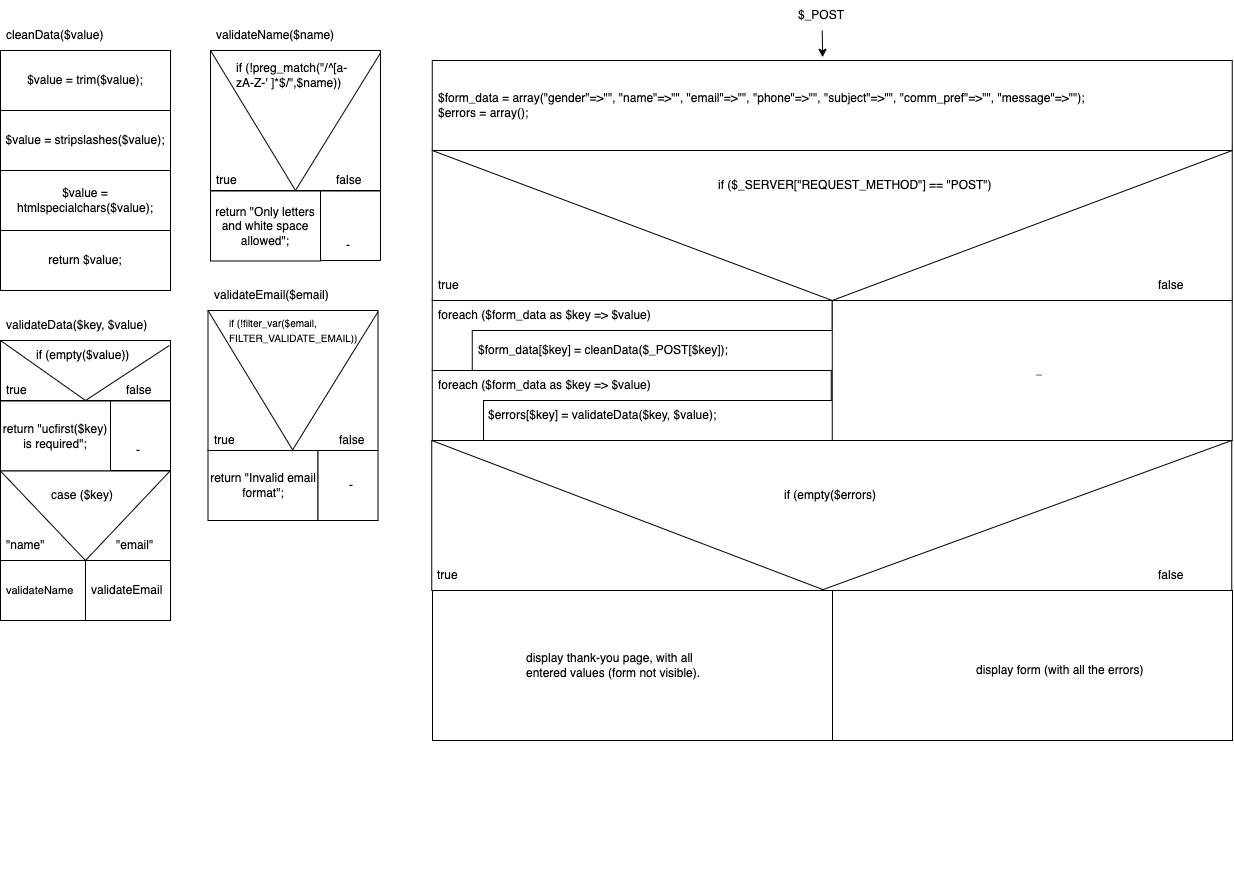
Earlier version of the draw.io export Diagrams/form_psd.drawio.png (JeroenHeemskerk/educom-webshop-basis-1688463739). Source tidied: cells renumbered, new cells last; positions are measured from the earlier drawing's top-left corner, leaving out a move shared by most shapes.
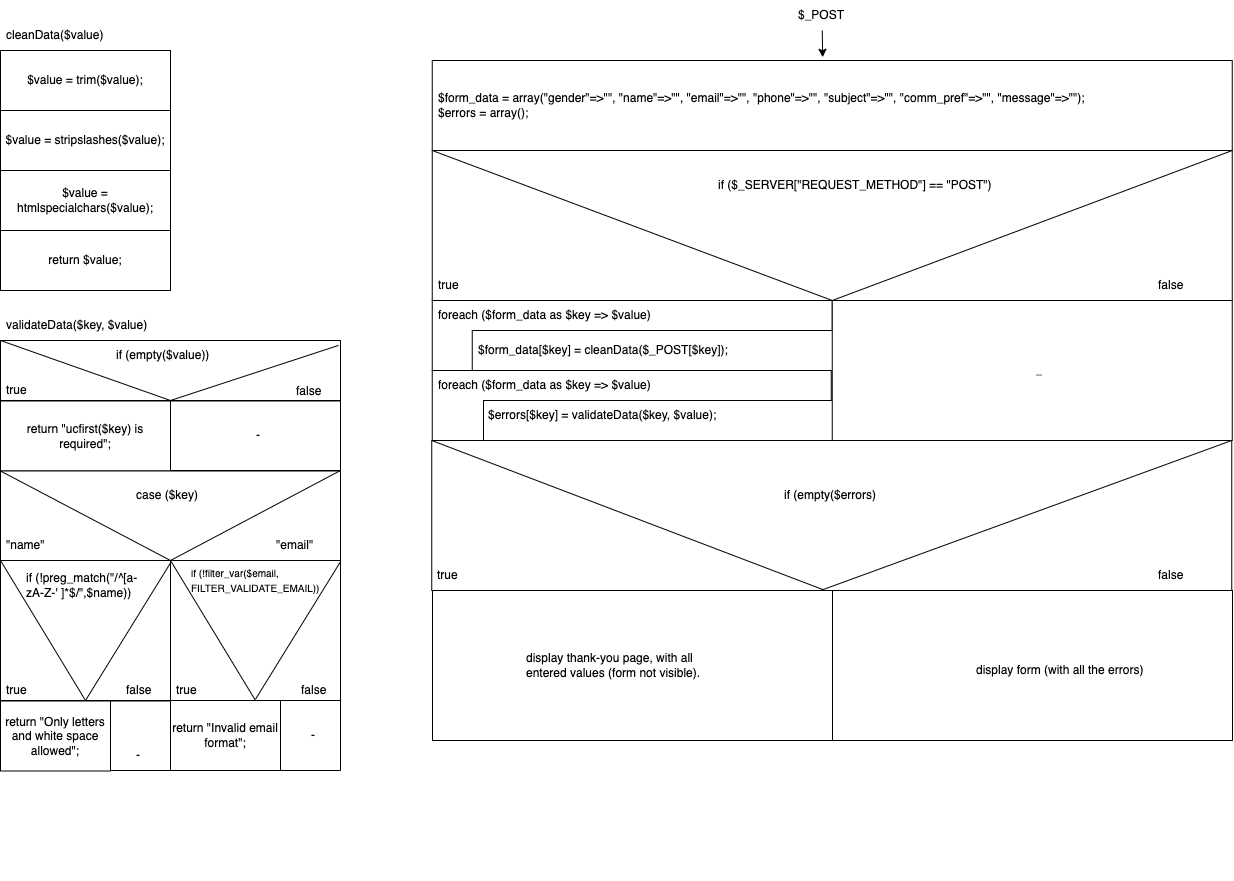
After the commit.

Commit message:
Integrated all data validation into validateData function. (#4)

What changed in the source:
```diff
@@ -48,67 +48,52 @@
       <mxGeometry y="20" width="210" height="30" as="geometry" />
     </mxCell>
     <mxCell id="17" style="rounded=0;whiteSpace=wrap;html=1;fontColor=#000000;" parent="15" vertex="1">
-      <mxGeometry y="50" width="170" height="60" as="geometry" />
+      <mxGeometry y="50" width="340" height="60" as="geometry" />
     </mxCell>
     <mxCell id="18" style="endArrow=none;html=1;entryX=0.994;entryY=0.082;entryDx=0;entryDy=0;entryPerimeter=0;exitX=0.5;exitY=1;exitDx=0;exitDy=0;fontColor=#000000;" parent="15" edge="1" source="17" target="17">
       <mxGeometry relative="1" as="geometry" />
     </mxCell>
     <mxCell id="19" value="if&amp;nbsp;&lt;span style=&quot;text-align: center;&quot;&gt;(empty($value))&lt;/span&gt;" style="text;strokeColor=none;fillColor=none;align=left;verticalAlign=middle;spacingLeft=4;spacingRight=4;overflow=hidden;whiteSpace=wrap;html=1;fontColor=#000000;" parent="15" vertex="1">
-      <mxGeometry x="30" y="50" width="110" height="30" as="geometry" />
+      <mxGeometry x="110" y="50" width="110" height="30" as="geometry" />
     </mxCell>
     <mxCell id="20" value="true" style="text;strokeColor=none;fillColor=none;align=left;verticalAlign=middle;spacingLeft=4;spacingRight=4;overflow=hidden;whiteSpace=wrap;html=1;fontColor=#000000;" parent="15" vertex="1">
       <mxGeometry y="90" width="70" height="20" as="geometry" />
     </mxCell>
     <mxCell id="21" value="false" style="text;strokeColor=none;fillColor=none;align=left;verticalAlign=middle;spacingLeft=4;spacingRight=4;overflow=hidden;whiteSpace=wrap;html=1;fontColor=#000000;" parent="15" vertex="1">
-      <mxGeometry x="120" y="90" width="50" height="20" as="geometry" />
+      <mxGeometry x="290" y="90.5" width="50" height="20" as="geometry" />
     </mxCell>
     <mxCell id="22" value="&lt;span style=&quot;text-align: left;&quot;&gt;&lt;font&gt;return &quot;ucfirst($key) is required&quot;;&lt;/font&gt;&lt;/span&gt;" style="rounded=0;whiteSpace=wrap;html=1;fontColor=#000000;" parent="15" vertex="1">
-      <mxGeometry y="110.5" width="110" height="70" as="geometry" />
+      <mxGeometry y="110.5" width="170" height="70" as="geometry" />
     </mxCell>
     <mxCell id="23" style="rounded=0;whiteSpace=wrap;html=1;fontColor=#000000;direction=south;" parent="15" vertex="1">
-      <mxGeometry x="110" y="110.5" width="60" height="69.5" as="geometry" />
+      <mxGeometry x="170" y="110.5" width="170" height="69.5" as="geometry" />
     </mxCell>
     <mxCell id="24" value="-" style="text;strokeColor=none;fillColor=none;align=left;verticalAlign=middle;spacingLeft=4;spacingRight=4;overflow=hidden;whiteSpace=wrap;html=1;fontColor=#000000;" parent="15" vertex="1">
-      <mxGeometry x="130" y="150" width="30" height="20" as="geometry" />
+      <mxGeometry x="250" y="135.2" width="30" height="20" as="geometry" />
     </mxCell>
-    <mxCell id="25" value="&lt;font&gt;validateEmail($email)&lt;/font&gt;" style="text;strokeColor=none;fillColor=none;align=left;verticalAlign=middle;spacingLeft=4;spacingRight=4;overflow=hidden;whiteSpace=wrap;html=1;fontColor=#000000;" parent="15" vertex="1">
-      <mxGeometry x="207.5" y="-10" width="170" height="30" as="geometry" />
-    </mxCell>
     <mxCell id="26" style="rounded=0;whiteSpace=wrap;html=1;" parent="15" vertex="1">
-      <mxGeometry y="180.5" width="170" height="89.5" as="geometry" />
+      <mxGeometry y="180.5" width="340" height="89.5" as="geometry" />
     </mxCell>
     <mxCell id="27" style="endArrow=none;html=1;entryX=1;entryY=0;entryDx=0;entryDy=0;exitX=0.5;exitY=1;exitDx=0;exitDy=0;" parent="15" edge="1" source="26" target="23">
       <mxGeometry relative="1" as="geometry" />
     </mxCell>
-    <mxCell id="28" style="endArrow=none;html=1;entryX=0;entryY=1;entryDx=0;entryDy=0;exitX=1;exitY=0;exitDx=0;exitDy=0;" parent="15" edge="1" source="31" target="22">
+    <mxCell id="28" style="endArrow=none;html=1;entryX=0;entryY=1;entryDx=0;entryDy=0;exitX=0.5;exitY=1;exitDx=0;exitDy=0;" parent="15" edge="1" source="26" target="22">
       <mxGeometry relative="1" as="geometry" />
     </mxCell>
     <mxCell id="29" value="&quot;name&quot;" style="text;strokeColor=none;fillColor=none;align=left;verticalAlign=middle;spacingLeft=4;spacingRight=4;overflow=hidden;whiteSpace=wrap;html=1;" parent="15" vertex="1">
       <mxGeometry y="240" width="80" height="30" as="geometry" />
     </mxCell>
     <mxCell id="30" value="&quot;email&quot;" style="text;strokeColor=none;fillColor=none;align=left;verticalAlign=middle;spacingLeft=4;spacingRight=4;overflow=hidden;whiteSpace=wrap;html=1;" parent="15" vertex="1">
-      <mxGeometry x="110" y="240" width="60" height="30" as="geometry" />
+      <mxGeometry x="270" y="240" width="60" height="30" as="geometry" />
     </mxCell>
-    <mxCell id="31" style="rounded=0;whiteSpace=wrap;html=1;" parent="15" vertex="1">
-      <mxGeometry y="270" width="85" height="60" as="geometry" />
-    </mxCell>
-    <mxCell id="32" style="rounded=0;whiteSpace=wrap;html=1;" parent="15" vertex="1">
-      <mxGeometry x="85" y="270" width="85" height="60" as="geometry" />
-    </mxCell>
     <mxCell id="33" style="endArrow=none;html=1;entryX=0;entryY=0;entryDx=0;entryDy=0;fontColor=#000000;exitX=0.5;exitY=1;exitDx=0;exitDy=0;" parent="15" edge="1" source="17" target="17">
       <mxGeometry relative="1" as="geometry" />
     </mxCell>
     <mxCell id="34" value="&lt;span style=&quot;text-align: center;&quot;&gt;case ($key)&lt;/span&gt;" style="text;strokeColor=none;fillColor=none;align=left;verticalAlign=middle;spacingLeft=4;spacingRight=4;overflow=hidden;whiteSpace=wrap;html=1;" parent="15" vertex="1">
-      <mxGeometry x="45" y="190" width="80" height="30" as="geometry" />
+      <mxGeometry x="130" y="190" width="80" height="30" as="geometry" />
     </mxCell>
-    <mxCell id="35" value="&lt;span style=&quot;font-size: 11px; text-align: center;&quot;&gt;validateName&lt;/span&gt;" style="text;strokeColor=none;fillColor=none;align=left;verticalAlign=middle;spacingLeft=4;spacingRight=4;overflow=hidden;whiteSpace=wrap;html=1;fontSize=11;" parent="15" vertex="1">
-      <mxGeometry y="270" width="80" height="60" as="geometry" />
-    </mxCell>
-    <mxCell id="36" value="&lt;span style=&quot;text-align: center;&quot;&gt;&lt;font style=&quot;font-size: 12px;&quot;&gt;validateEmail&lt;/font&gt;&lt;/span&gt;" style="text;strokeColor=none;fillColor=none;align=left;verticalAlign=middle;spacingLeft=4;spacingRight=4;overflow=hidden;whiteSpace=wrap;html=1;fontSize=10;" parent="15" vertex="1">
-      <mxGeometry x="85" y="270" width="85" height="60" as="geometry" />
-    </mxCell>
     <mxCell id="37" style="group;" parent="15" vertex="1">
-      <mxGeometry x="207.5" y="10" width="175" height="220" as="geometry" />
+      <mxGeometry x="170" y="260" width="175" height="220" as="geometry" />
     </mxCell>
     <mxCell id="38" style="rounded=0;whiteSpace=wrap;html=1;fontColor=#000000;" parent="37" vertex="1">
       <mxGeometry y="10" width="170" height="140" as="geometry" />
@@ -143,6 +128,37 @@
     <mxCell id="46" value="false" style="text;strokeColor=none;fillColor=none;align=left;verticalAlign=middle;spacingLeft=4;spacingRight=4;overflow=hidden;whiteSpace=wrap;html=1;fontColor=#000000;" parent="37" vertex="1">
       <mxGeometry x="125" y="130" width="50" height="20" as="geometry" />
     </mxCell>
+    <mxCell id="67" style="rounded=0;whiteSpace=wrap;html=1;fontColor=#000000;" parent="15" vertex="1">
+      <mxGeometry y="270" width="170" height="140" as="geometry" />
+    </mxCell>
+    <mxCell id="68" style="endArrow=none;html=1;entryX=0.994;entryY=0.082;entryDx=0;entryDy=0;entryPerimeter=0;exitX=0.5;exitY=1;exitDx=0;exitDy=0;fontColor=#000000;" parent="15" edge="1" source="67">
+      <mxGeometry relative="1" as="geometry">
+        <mxPoint x="170" y="272.5" as="targetPoint" />
+      </mxGeometry>
+    </mxCell>
+    <mxCell id="69" style="endArrow=none;html=1;exitX=0.5;exitY=1;exitDx=0;exitDy=0;fontColor=#000000;" parent="15" edge="1" source="67">
+      <mxGeometry relative="1" as="geometry">
+        <mxPoint y="270" as="targetPoint" />
+      </mxGeometry>
+    </mxCell>
+    <mxCell id="70" value="&lt;span style=&quot;&quot; class=&quot;phpcolor&quot;&gt;&lt;font style=&quot;font-size: 12px;&quot;&gt; &lt;span style=&quot;&quot; class=&quot;phpkeywordcolor&quot;&gt;if&lt;/span&gt; (!preg_match(&lt;span style=&quot;&quot; class=&quot;phpstringcolor&quot;&gt;&quot;/^[a-zA-Z-' ]*$/&quot;&lt;/span&gt;,$name))&lt;/font&gt;&lt;/span&gt;" style="text;strokeColor=none;fillColor=none;align=left;verticalAlign=middle;spacingLeft=4;spacingRight=4;overflow=hidden;whiteSpace=wrap;html=1;fontColor=#000000;" parent="15" vertex="1">
+      <mxGeometry x="20" y="270" width="130" height="50" as="geometry" />
+    </mxCell>
+    <mxCell id="71" value="true" style="text;strokeColor=none;fillColor=none;align=left;verticalAlign=middle;spacingLeft=4;spacingRight=4;overflow=hidden;whiteSpace=wrap;html=1;fontColor=#000000;" parent="15" vertex="1">
+      <mxGeometry y="390" width="70" height="20" as="geometry" />
+    </mxCell>
+    <mxCell id="72" value="false" style="text;strokeColor=none;fillColor=none;align=left;verticalAlign=middle;spacingLeft=4;spacingRight=4;overflow=hidden;whiteSpace=wrap;html=1;fontColor=#000000;" parent="15" vertex="1">
+      <mxGeometry x="120" y="390" width="50" height="20" as="geometry" />
+    </mxCell>
+    <mxCell id="73" value="&lt;span style=&quot;text-align: left;&quot;&gt;&lt;font&gt;return &quot;Only letters and white space allowed&quot;;&lt;/font&gt;&lt;/span&gt;" style="rounded=0;whiteSpace=wrap;html=1;fontColor=#000000;" parent="15" vertex="1">
+      <mxGeometry y="410.5" width="110" height="70" as="geometry" />
+    </mxCell>
+    <mxCell id="74" style="rounded=0;whiteSpace=wrap;html=1;fontColor=#000000;direction=south;" parent="15" vertex="1">
+      <mxGeometry x="110" y="410.5" width="60" height="69.5" as="geometry" />
+    </mxCell>
+    <mxCell id="75" value="-" style="text;strokeColor=none;fillColor=none;align=left;verticalAlign=middle;spacingLeft=4;spacingRight=4;overflow=hidden;whiteSpace=wrap;html=1;fontColor=#000000;" parent="15" vertex="1">
+      <mxGeometry x="130" y="455.2" width="30" height="20" as="geometry" />
+    </mxCell>
     <mxCell id="47" style="rounded=0;whiteSpace=wrap;html=1;fontColor=#000000;" parent="1" vertex="1">
       <mxGeometry x="431.8" y="370" width="399" height="70" as="geometry" />
     </mxCell>
@@ -205,40 +221,6 @@
     <mxCell id="65" value="$_POST" style="text;strokeColor=none;fillColor=none;align=left;verticalAlign=middle;spacingLeft=4;spacingRight=4;overflow=hidden;whiteSpace=wrap;html=1;fontSize=12;fontColor=#000000;" parent="1" vertex="1">
       <mxGeometry x="791.8" width="80" height="30" as="geometry" />
     </mxCell>
-    <mxCell id="66" value="&lt;font&gt;validateName($name)&lt;/font&gt;" style="text;strokeColor=none;fillColor=none;align=left;verticalAlign=middle;spacingLeft=4;spacingRight=4;overflow=hidden;whiteSpace=wrap;html=1;fontColor=#000000;" parent="1" vertex="1">
-      <mxGeometry x="210" y="20" width="200" height="30" as="geometry" />
-    </mxCell>
-    <mxCell id="67" style="rounded=0;whiteSpace=wrap;html=1;fontColor=#000000;" parent="1" vertex="1">
-      <mxGeometry x="210" y="50" width="170" height="140" as="geometry" />
-    </mxCell>
-    <mxCell id="68" style="endArrow=none;html=1;entryX=0.994;entryY=0.082;entryDx=0;entryDy=0;entryPerimeter=0;exitX=0.5;exitY=1;exitDx=0;exitDy=0;fontColor=#000000;" parent="1" edge="1" source="67">
-      <mxGeometry relative="1" as="geometry">
-        <mxPoint x="380" y="52.5" as="targetPoint" />
-      </mxGeometry>
-    </mxCell>
-    <mxCell id="69" style="endArrow=none;html=1;exitX=0.5;exitY=1;exitDx=0;exitDy=0;fontColor=#000000;" parent="1" edge="1" source="67">
-      <mxGeometry relative="1" as="geometry">
-        <mxPoint x="210" y="50" as="targetPoint" />
-      </mxGeometry>
-    </mxCell>
-    <mxCell id="70" value="&lt;span style=&quot;&quot; class=&quot;phpcolor&quot;&gt;&lt;font style=&quot;font-size: 12px;&quot;&gt; &lt;span style=&quot;&quot; class=&quot;phpkeywordcolor&quot;&gt;if&lt;/span&gt; (!preg_match(&lt;span style=&quot;&quot; class=&quot;phpstringcolor&quot;&gt;&quot;/^[a-zA-Z-' ]*$/&quot;&lt;/span&gt;,$name))&lt;/font&gt;&lt;/span&gt;" style="text;strokeColor=none;fillColor=none;align=left;verticalAlign=middle;spacingLeft=4;spacingRight=4;overflow=hidden;whiteSpace=wrap;html=1;fontColor=#000000;" parent="1" vertex="1">
-      <mxGeometry x="230" y="50" width="130" height="50" as="geometry" />
-    </mxCell>
-    <mxCell id="71" value="true" style="text;strokeColor=none;fillColor=none;align=left;verticalAlign=middle;spacingLeft=4;spacingRight=4;overflow=hidden;whiteSpace=wrap;html=1;fontColor=#000000;" parent="1" vertex="1">
-      <mxGeometry x="210" y="170" width="70" height="20" as="geometry" />
-    </mxCell>
-    <mxCell id="72" value="false" style="text;strokeColor=none;fillColor=none;align=left;verticalAlign=middle;spacingLeft=4;spacingRight=4;overflow=hidden;whiteSpace=wrap;html=1;fontColor=#000000;" parent="1" vertex="1">
-      <mxGeometry x="330" y="170" width="50" height="20" as="geometry" />
-    </mxCell>
-    <mxCell id="73" value="&lt;span style=&quot;text-align: left;&quot;&gt;&lt;font&gt;return &quot;Only letters and white space allowed&quot;;&lt;/font&gt;&lt;/span&gt;" style="rounded=0;whiteSpace=wrap;html=1;fontColor=#000000;" parent="1" vertex="1">
-      <mxGeometry x="210" y="190.5" width="110" height="70" as="geometry" />
-    </mxCell>
-    <mxCell id="74" style="rounded=0;whiteSpace=wrap;html=1;fontColor=#000000;direction=south;" parent="1" vertex="1">
-      <mxGeometry x="320" y="190.5" width="60" height="69.5" as="geometry" />
-    </mxCell>
-    <mxCell id="75" value="-" style="text;strokeColor=none;fillColor=none;align=left;verticalAlign=middle;spacingLeft=4;spacingRight=4;overflow=hidden;whiteSpace=wrap;html=1;fontColor=#000000;" parent="1" vertex="1">
-      <mxGeometry x="340" y="235.2" width="30" height="20" as="geometry" />
-    </mxCell>
     <mxCell id="76" value="&lt;font style=&quot;font-size: 12px;&quot;&gt;foreach ($form_data as $key =&amp;gt; $value)&lt;/font&gt;" style="text;strokeColor=none;fillColor=none;align=left;verticalAlign=middle;spacingLeft=4;spacingRight=4;overflow=hidden;whiteSpace=wrap;html=1;fontColor=#000000;" parent="1" vertex="1">
       <mxGeometry x="431.8" y="300" width="398.2" height="30" as="geometry" />
     </mxCell>
```
